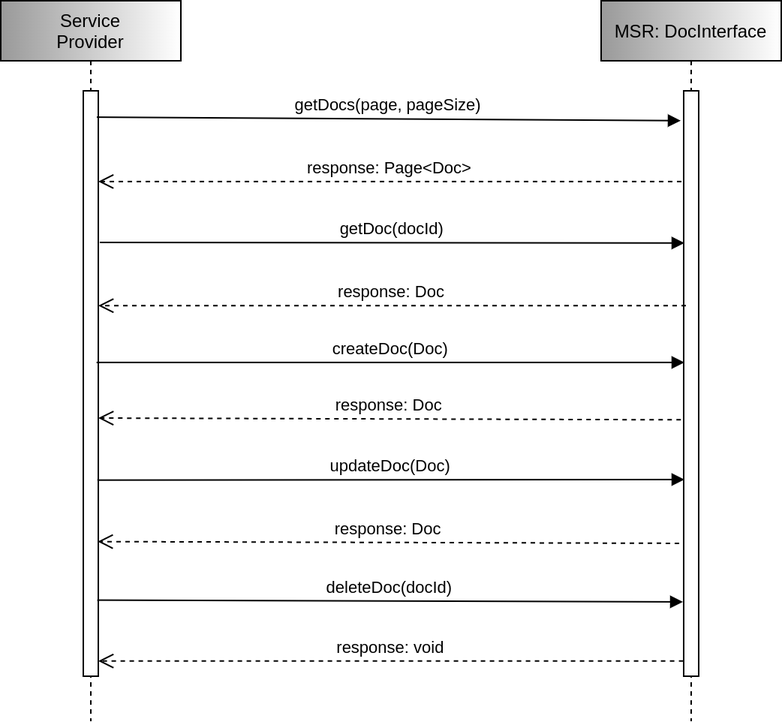
Before: materials/docintseqdiagram.drawio.png, a diagram exported from draw.io (maritimeconnectivity/g1128-msr-service-specification). Source tidied: cells renumbered, new cells last; positions are measured from the earlier drawing's top-left corner, leaving out a move shared by most shapes.
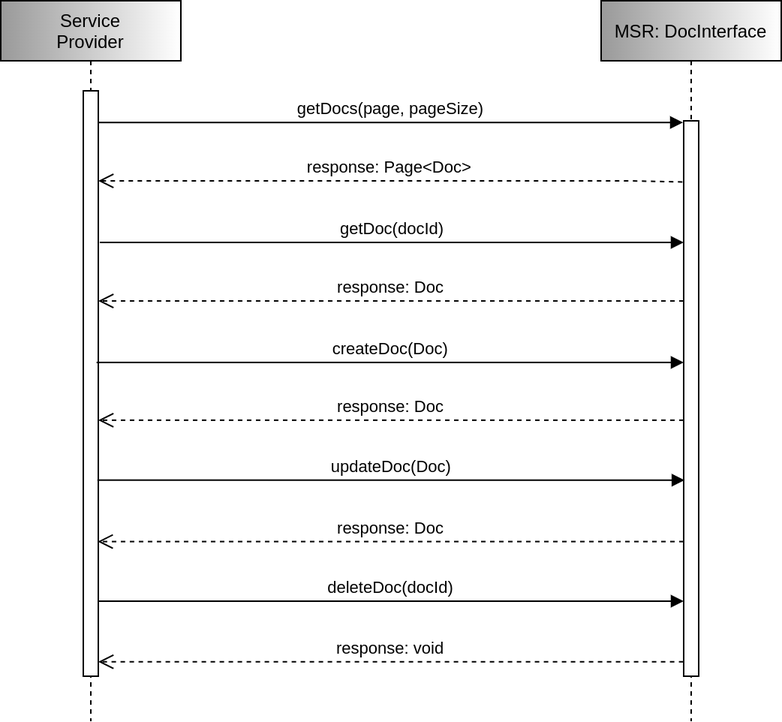
After the change.

Diff of the diagram source:
```diff
@@ -12,36 +12,48 @@
       <mxGeometry x="400" width="120" height="480" as="geometry" />
     </mxCell>
     <mxCell id="5" style="points=[];perimeter=orthogonalPerimeter;rounded=0;shadow=0;strokeWidth=1;" parent="4" vertex="1">
-      <mxGeometry x="55" y="60" width="10" height="390" as="geometry" />
+      <mxGeometry x="55" y="80" width="10" height="370" as="geometry" />
     </mxCell>
-    <mxCell id="6" value="response: Page&lt;Doc&gt;" style="verticalAlign=bottom;endArrow=open;dashed=1;endSize=8;shadow=0;strokeWidth=1;exitX=-0.15;exitY=0.155;exitDx=0;exitDy=0;exitPerimeter=0;" parent="1" edge="1" source="5" target="3">
-      <mxGeometry relative="1" as="geometry" />
+    <mxCell id="6" value="response: Page&lt;Doc&gt;" style="verticalAlign=bottom;endArrow=open;dashed=1;endSize=8;shadow=0;strokeWidth=1;exitX=-0.086;exitY=0.11;exitDx=0;exitDy=0;exitPerimeter=0;" parent="1" edge="1" source="5" target="3">
+      <mxGeometry relative="1" as="geometry">
+        <Array as="points">
+          <mxPoint x="420" y="120" />
+        </Array>
+      </mxGeometry>
     </mxCell>
-    <mxCell id="7" value="getDocs(page, pageSize)" style="verticalAlign=bottom;endArrow=block;entryX=-0.2;entryY=0.051;shadow=0;strokeWidth=1;exitX=0.9;exitY=0.045;exitDx=0;exitDy=0;exitPerimeter=0;entryDx=0;entryDy=0;entryPerimeter=0;" parent="1" edge="1" source="3" target="5">
+    <mxCell id="7" value="getDocs(page, pageSize)" style="verticalAlign=bottom;endArrow=block;entryX=-0.05;entryY=0.003;shadow=0;strokeWidth=1;entryDx=0;entryDy=0;entryPerimeter=0;" parent="1" edge="1" source="3" target="5">
       <mxGeometry relative="1" as="geometry" />
     </mxCell>
-    <mxCell id="8" value="response: Doc" style="verticalAlign=bottom;endArrow=open;dashed=1;endSize=8;shadow=0;strokeWidth=1;exitX=0.15;exitY=0.367;exitDx=0;exitDy=0;exitPerimeter=0;" parent="1" edge="1" source="5" target="3">
-      <mxGeometry relative="1" as="geometry" />
+    <mxCell id="8" value="response: Doc" style="verticalAlign=bottom;endArrow=open;dashed=1;endSize=8;shadow=0;strokeWidth=1;" parent="1" edge="1" source="5" target="3">
+      <mxGeometry relative="1" as="geometry">
+        <Array as="points">
+          <mxPoint x="400" y="200" />
+        </Array>
+      </mxGeometry>
     </mxCell>
-    <mxCell id="9" value="getDoc(docId)" style="verticalAlign=bottom;endArrow=block;entryX=0.05;entryY=0.26;shadow=0;strokeWidth=1;exitX=1.1;exitY=0.259;exitDx=0;exitDy=0;exitPerimeter=0;entryDx=0;entryDy=0;entryPerimeter=0;" parent="1" edge="1" source="3" target="5">
+    <mxCell id="9" value="getDoc(docId)" style="verticalAlign=bottom;endArrow=block;shadow=0;strokeWidth=1;exitX=1.1;exitY=0.259;exitDx=0;exitDy=0;exitPerimeter=0;" parent="1" edge="1" source="3" target="5">
       <mxGeometry relative="1" as="geometry" />
     </mxCell>
-    <mxCell id="10" value="response: Doc" style="verticalAlign=bottom;endArrow=open;dashed=1;endSize=8;shadow=0;strokeWidth=1;exitX=-0.186;exitY=0.562;exitDx=0;exitDy=0;exitPerimeter=0;entryX=1;entryY=0.559;entryDx=0;entryDy=0;entryPerimeter=0;" parent="1" edge="1" source="5" target="3">
+    <mxCell id="10" value="response: Doc" style="verticalAlign=bottom;endArrow=open;dashed=1;endSize=8;shadow=0;strokeWidth=1;exitX=0;exitY=0.539;exitDx=0;exitDy=0;exitPerimeter=0;" parent="1" edge="1" source="5" target="3">
       <mxGeometry relative="1" as="geometry" />
     </mxCell>
-    <mxCell id="11" value="createDoc(Doc)" style="verticalAlign=bottom;endArrow=block;shadow=0;strokeWidth=1;exitX=0.886;exitY=0.464;exitDx=0;exitDy=0;exitPerimeter=0;entryX=0.05;entryY=0.464;entryDx=0;entryDy=0;entryPerimeter=0;" parent="1" edge="1" source="3" target="5">
+    <mxCell id="11" value="createDoc(Doc)" style="verticalAlign=bottom;endArrow=block;shadow=0;strokeWidth=1;exitX=0.886;exitY=0.464;exitDx=0;exitDy=0;exitPerimeter=0;" parent="1" edge="1" source="3" target="5">
       <mxGeometry relative="1" as="geometry" />
     </mxCell>
-    <mxCell id="12" value="response: Doc" style="verticalAlign=bottom;endArrow=open;dashed=1;endSize=8;shadow=0;strokeWidth=1;entryX=0.96;entryY=0.77;entryDx=0;entryDy=0;entryPerimeter=0;exitX=-0.3;exitY=0.773;exitDx=0;exitDy=0;exitPerimeter=0;" parent="1" edge="1" source="5" target="3">
+    <mxCell id="12" value="response: Doc" style="verticalAlign=bottom;endArrow=open;dashed=1;endSize=8;shadow=0;strokeWidth=1;entryX=0.96;entryY=0.77;entryDx=0;entryDy=0;entryPerimeter=0;" parent="1" edge="1" source="5" target="3">
       <mxGeometry relative="1" as="geometry" />
     </mxCell>
     <mxCell id="13" value="response: void" style="verticalAlign=bottom;endArrow=open;dashed=1;endSize=8;shadow=0;strokeWidth=1;exitX=-0.02;exitY=0.974;exitDx=0;exitDy=0;exitPerimeter=0;" parent="1" edge="1" source="5" target="3">
       <mxGeometry relative="1" as="geometry" />
     </mxCell>
-    <mxCell id="14" value="deleteDoc(docId)" style="verticalAlign=bottom;endArrow=block;shadow=0;strokeWidth=1;exitX=0.933;exitY=0.87;exitDx=0;exitDy=0;exitPerimeter=0;entryX=-0.05;entryY=0.873;entryDx=0;entryDy=0;entryPerimeter=0;" parent="1" edge="1" source="3" target="5">
-      <mxGeometry relative="1" as="geometry" />
+    <mxCell id="14" value="deleteDoc(docId)" style="verticalAlign=bottom;endArrow=block;shadow=0;strokeWidth=1;" parent="1" edge="1" source="3" target="5">
+      <mxGeometry relative="1" as="geometry">
+        <Array as="points">
+          <mxPoint x="210" y="400" />
+        </Array>
+      </mxGeometry>
     </mxCell>
-    <mxCell id="15" value="updateDoc(Doc)" style="verticalAlign=bottom;endArrow=block;shadow=0;strokeWidth=1;entryX=0.05;entryY=0.664;entryDx=0;entryDy=0;entryPerimeter=0;exitX=0.94;exitY=0.665;exitDx=0;exitDy=0;exitPerimeter=0;" parent="1" edge="1" source="3" target="5">
+    <mxCell id="15" value="updateDoc(Doc)" style="verticalAlign=bottom;endArrow=block;shadow=0;strokeWidth=1;entryX=0.057;entryY=0.647;entryDx=0;entryDy=0;entryPerimeter=0;exitX=0.94;exitY=0.665;exitDx=0;exitDy=0;exitPerimeter=0;" parent="1" edge="1" source="3" target="5">
       <mxGeometry relative="1" as="geometry" />
     </mxCell>
   </root>
```
